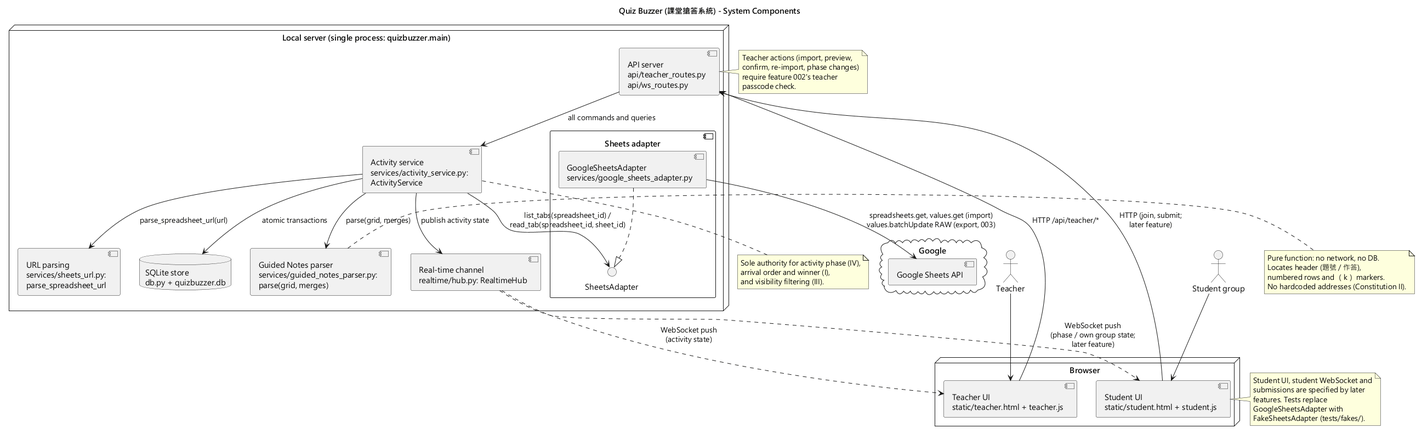
Above: diagrams/system-component.png in WasabiSaikou/quiz-buzzer (PlantUML), before the change.
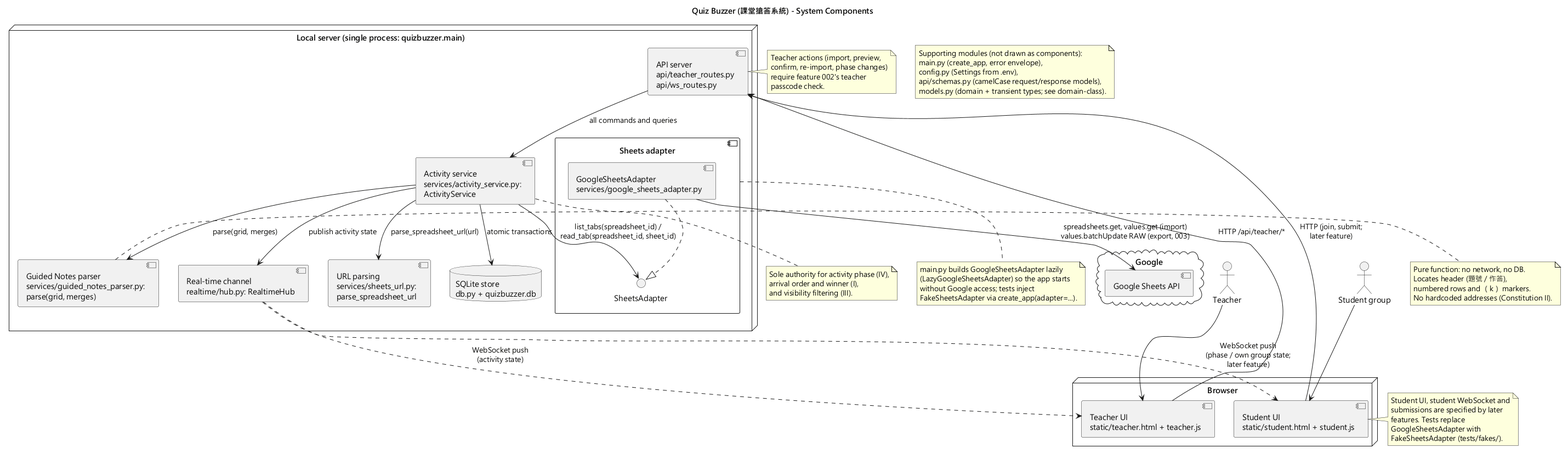
The same diagram one commit later.

Change to the diagram source:
```diff
@@ -74,4 +74,19 @@
   require feature 002's teacher
   passcode check.
 end note
+
+note bottom of SA
+  main.py builds GoogleSheetsAdapter lazily
+  (LazyGoogleSheetsAdapter) so the app starts
+  without Google access; tests inject
+  FakeSheetsAdapter via create_app(adapter=...).
+end note
+
+note as SUPPORT
+  Supporting modules (not drawn as components):
+  main.py (create_app, error envelope),
+  config.py (Settings from .env),
+  api/schemas.py (camelCase request/response models),
+  models.py (domain + transient types; see domain-class).
+end note
 @enduml
```
